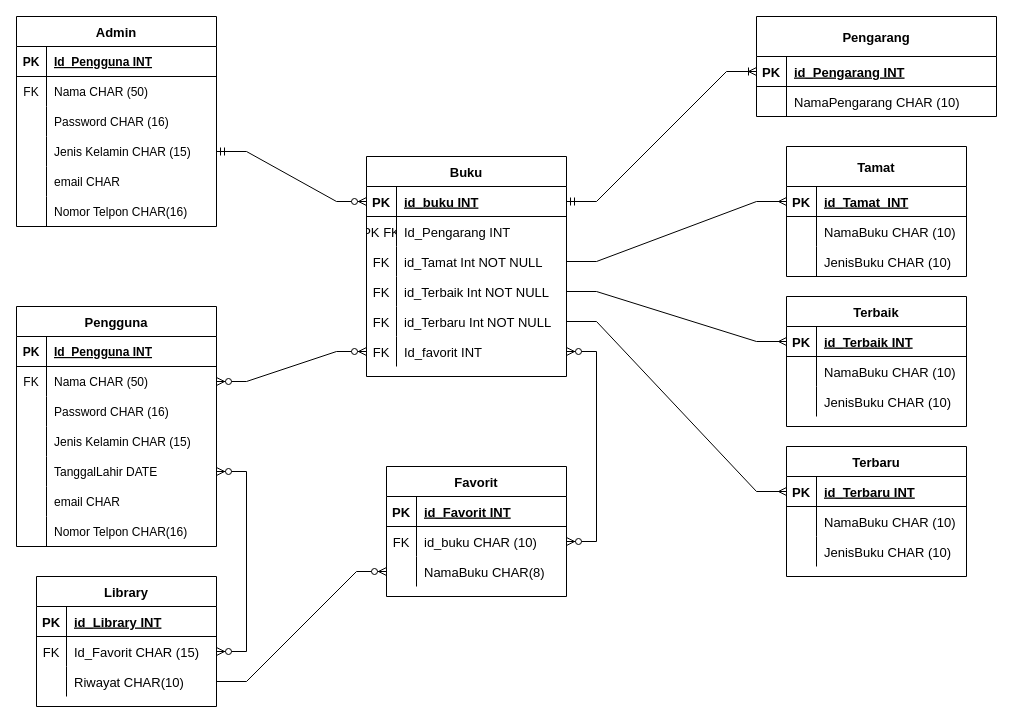
Above: Pertemuan5/pertemuan5-erd.drawio in Nurrohman10/IF214002-2 (draw.io), before the change. Source tidied: cells renumbered, new cells numbered last; positions are measured from the earlier drawing's top-left corner, leaving out a move shared by most shapes. Both pictures are drawn from the tidied source at 100%, with x=0, y=0 at pixel (16, 16).
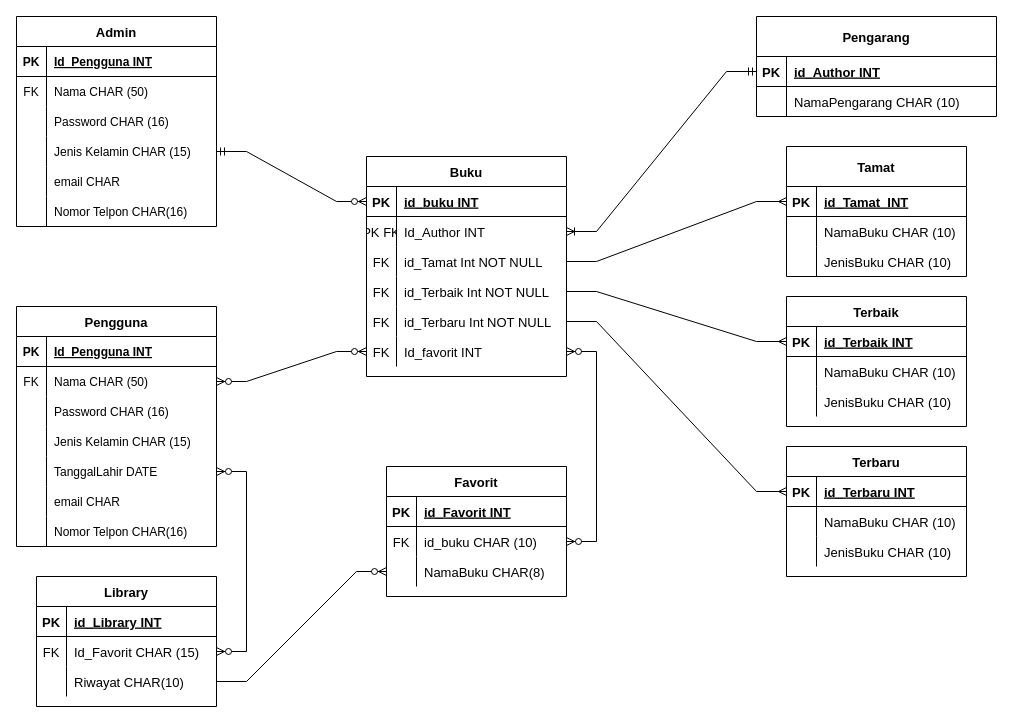
The same page after the edit.

Unchanged cells that the change refers to:
```xml
<mxCell id="25" style="shape=tableRow;horizontal=0;startSize=0;swimlaneHead=0;swimlaneBody=0;fillColor=none;points=[[0,0.5],[1,0.5]];portConstraint=eastwest;top=0;left=0;right=0;bottom=1;fontSize=13;" parent="24" vertex="1">
  <mxGeometry y="30" width="200" height="30" as="geometry" />
</mxCell>
<mxCell id="28" style="shape=tableRow;horizontal=0;startSize=0;swimlaneHead=0;swimlaneBody=0;fillColor=none;points=[[0,0.5],[1,0.5]];portConstraint=eastwest;top=0;left=0;right=0;bottom=0;fontSize=13;" parent="24" vertex="1">
  <mxGeometry y="60" width="200" height="30" as="geometry" />
</mxCell>
<mxCell id="97" style="shape=tableRow;horizontal=0;startSize=0;swimlaneHead=0;swimlaneBody=0;fillColor=none;points=[[0,0.5],[1,0.5]];portConstraint=eastwest;top=0;left=0;right=0;bottom=1;fontSize=13;" parent="96" vertex="1">
  <mxGeometry y="40" width="240" height="30" as="geometry" />
</mxCell>
```

What changed in the source:
```diff
@@
-    <mxCell id="30" value="Id_Pengarang INT" style="shape=partialRectangle;fillColor=none;top=0;left=0;bottom=0;right=0;align=left;spacingLeft=6;overflow=hidden;fontSize=13;" parent="28" vertex="1">
+    <mxCell id="30" value="Id_Author INT" style="shape=partialRectangle;fillColor=none;top=0;left=0;bottom=0;right=0;align=left;spacingLeft=6;overflow=hidden;fontSize=13;" parent="28" vertex="1">
       <mxGeometry x="30" width="170" height="30" as="geometry" />
     </mxCell>
@@
-    <mxCell id="99" value="id_Pengarang INT" style="shape=partialRectangle;fillColor=none;top=0;left=0;bottom=0;right=0;align=left;spacingLeft=6;fontStyle=5;overflow=hidden;fontSize=13;" parent="97" vertex="1">
+    <mxCell id="99" value="id_Author INT" style="shape=partialRectangle;fillColor=none;top=0;left=0;bottom=0;right=0;align=left;spacingLeft=6;fontStyle=5;overflow=hidden;fontSize=13;" parent="97" vertex="1">
       <mxGeometry x="30" width="210" height="30" as="geometry" />
     </mxCell>
@@
-    <mxCell id="103" style="edgeStyle=entityRelationEdgeStyle;fontSize=12;html=1;endArrow=ERoneToMany;startArrow=ERmandOne;rounded=0;entryX=0;entryY=0.5;entryDx=0;entryDy=0;exitX=1;exitY=0.5;exitDx=0;exitDy=0;" parent="1" edge="1" source="25" target="97">
+    <mxCell id="103" style="edgeStyle=entityRelationEdgeStyle;fontSize=12;html=1;endArrow=ERoneToMany;startArrow=ERmandOne;rounded=0;exitX=0;exitY=0.5;exitDx=0;exitDy=0;entryX=1;entryY=0.5;entryDx=0;entryDy=0;" parent="1" edge="1" source="97" target="28">
       <mxGeometry relative="1" as="geometry" />
     </mxCell>
```
